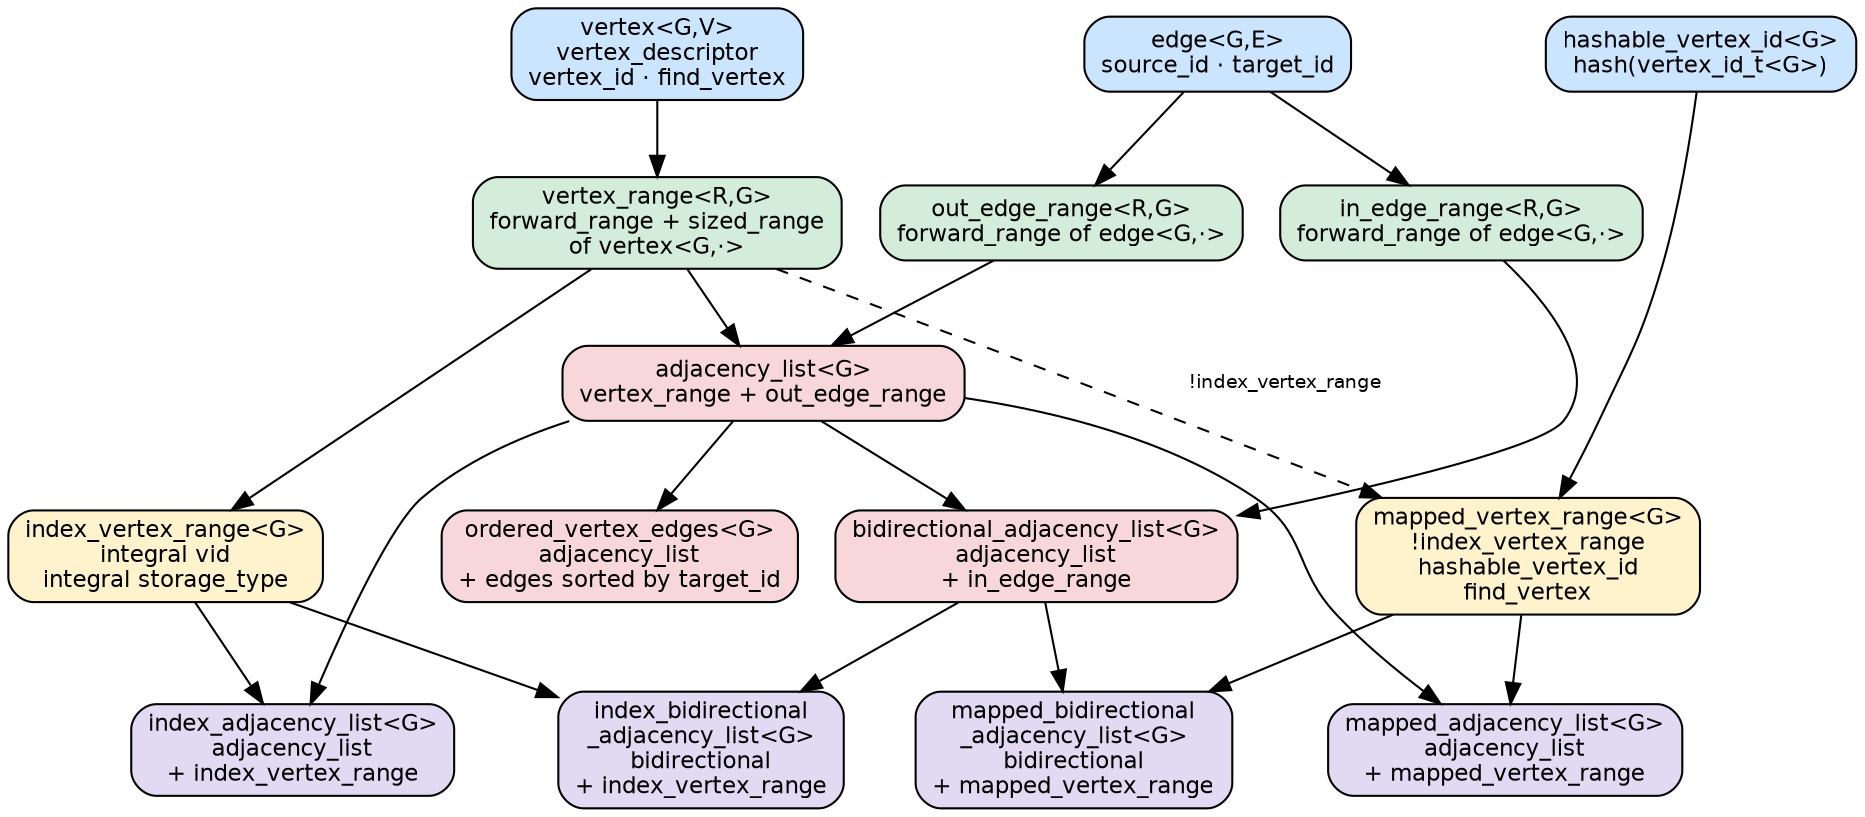
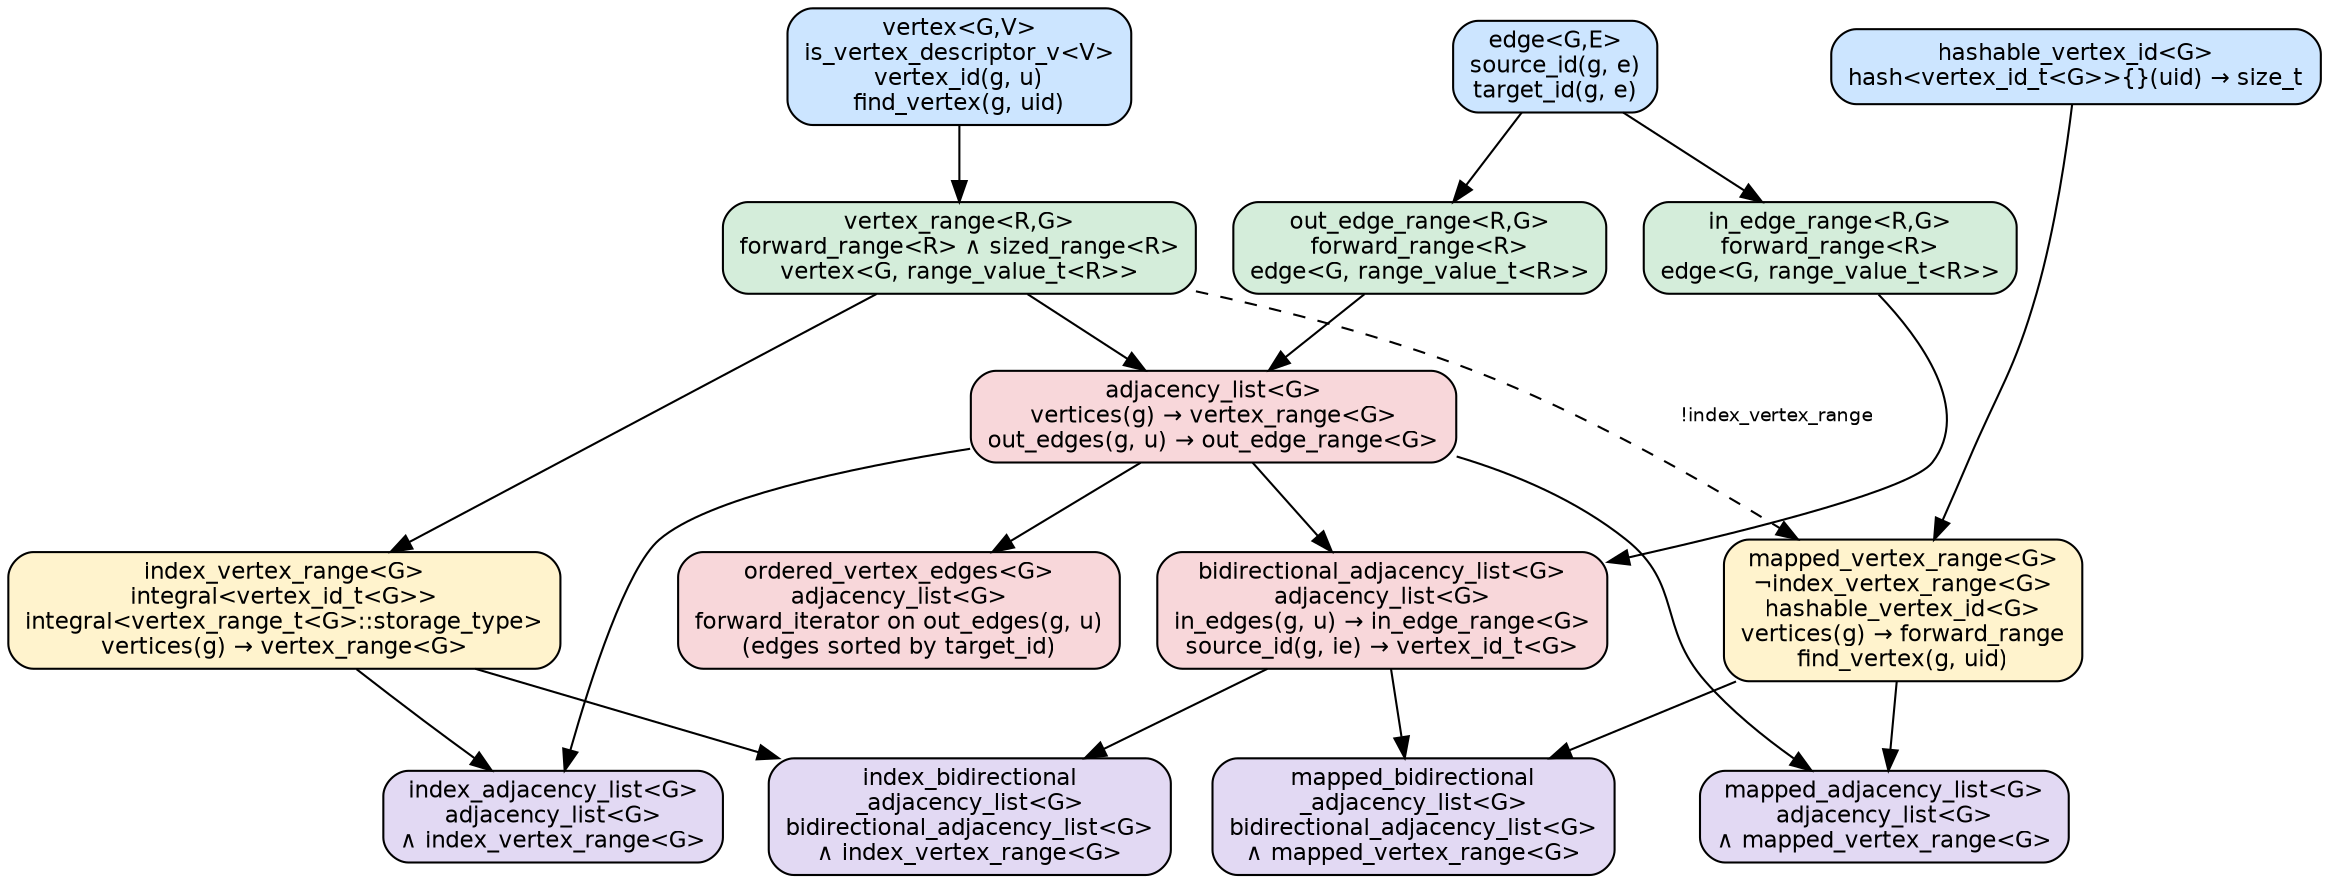
// Concept hierarchy for graph::adj_list
// Generate image: dot -Tsvg adjacency_list_concepts.dot -o adjacency_list_concepts.svg

digraph ConceptHierarchy {
    rankdir = TB
    node [shape=box, style="filled,rounded", fontname="Helvetica", fontsize=11]
    edge [fontname="Helvetica", fontsize=9]

    // ── Primitive concepts ────────────────────────────────────────────────────
    // Foundational — no prerequisites

    node [fillcolor="#cce5ff"]  // light blue

-     edge_c [label="edge<G,E>\nsource_id · target_id"]
-     vertex_c [label="vertex<G,V>\nvertex_descriptor\nvertex_id · find_vertex"]
-     hashable_vertex_id [label="hashable_vertex_id<G>\nhash(vertex_id_t<G>)"]
+     edge_c [label="edge<G,E>\nsource_id(g, e)\ntarget_id(g, e)"]
+     vertex_c [label="vertex<G,V>\nis_vertex_descriptor_v<V>\nvertex_id(g, u)\nfind_vertex(g, uid)"]
+     hashable_vertex_id [label="hashable_vertex_id<G>\nhash<vertex_id_t<G>>{}(uid) → size_t"]

    // ── Range concepts ────────────────────────────────────────────────────────
    // Built from primitives; parameterised on a range type R

    node [fillcolor="#d4edda"]  // light green

-     out_edge_range [label="out_edge_range<R,G>\nforward_range of edge<G,·>"]
-     in_edge_range  [label="in_edge_range<R,G>\nforward_range of edge<G,·>"]
-     vertex_range   [label="vertex_range<R,G>\nforward_range + sized_range\nof vertex<G,·>"]
+     out_edge_range [label="out_edge_range<R,G>\nforward_range<R>\nedge<G, range_value_t<R>>"]
+     in_edge_range  [label="in_edge_range<R,G>\nforward_range<R>\nedge<G, range_value_t<R>>"]
+     vertex_range   [label="vertex_range<R,G>\nforward_range<R> ∧ sized_range<R>\nvertex<G, range_value_t<R>>"]

    // ── Vertex range refinements ──────────────────────────────────────────────

    node [fillcolor="#fff3cd"]  // light yellow

-     index_vertex_range  [label="index_vertex_range<G>\nintegral vid\nintegral storage_type"]
-     mapped_vertex_range [label="mapped_vertex_range<G>\n!index_vertex_range\nhashable_vertex_id\nfind_vertex"]
+     index_vertex_range  [label="index_vertex_range<G>\nintegral<vertex_id_t<G>>\nintegral<vertex_range_t<G>::storage_type>\nvertices(g) → vertex_range<G>"]
+     mapped_vertex_range [label="mapped_vertex_range<G>\n¬index_vertex_range<G>\nhashable_vertex_id<G>\nvertices(g) → forward_range\nfind_vertex(g, uid)"]

    // ── Core graph concepts ───────────────────────────────────────────────────

    node [fillcolor="#f8d7da"]  // light red/salmon

-     adjacency_list          [label="adjacency_list<G>\nvertex_range + out_edge_range"]
-     ordered_vertex_edges    [label="ordered_vertex_edges<G>\nadjacency_list\n+ edges sorted by target_id"]
-     bidirectional_adjacency_list [label="bidirectional_adjacency_list<G>\nadjacency_list\n+ in_edge_range"]
+     adjacency_list          [label="adjacency_list<G>\nvertices(g) → vertex_range<G>\nout_edges(g, u) → out_edge_range<G>"]
+     ordered_vertex_edges    [label="ordered_vertex_edges<G>\nadjacency_list<G>\nforward_iterator on out_edges(g, u)\n(edges sorted by target_id)"]
+     bidirectional_adjacency_list [label="bidirectional_adjacency_list<G>\nadjacency_list<G>\nin_edges(g, u) → in_edge_range<G>\nsource_id(g, ie) → vertex_id_t<G>"]

    // ── Compound / specialised concepts ──────────────────────────────────────

    node [fillcolor="#e2d9f3"]  // light purple

-     index_adjacency_list            [label="index_adjacency_list<G>\nadjacency_list\n+ index_vertex_range"]
-     mapped_adjacency_list           [label="mapped_adjacency_list<G>\nadjacency_list\n+ mapped_vertex_range"]
-     index_bidirectional_adjacency_list [label="index_bidirectional\n_adjacency_list<G>\nbidirectional\n+ index_vertex_range"]
-     mapped_bidirectional_adjacency_list [label="mapped_bidirectional\n_adjacency_list<G>\nbidirectional\n+ mapped_vertex_range"]
+     index_adjacency_list            [label="index_adjacency_list<G>\nadjacency_list<G>\n∧ index_vertex_range<G>"]
+     mapped_adjacency_list           [label="mapped_adjacency_list<G>\nadjacency_list<G>\n∧ mapped_vertex_range<G>"]
+     index_bidirectional_adjacency_list [label="index_bidirectional\n_adjacency_list<G>\nbidirectional_adjacency_list<G>\n∧ index_vertex_range<G>"]
+     mapped_bidirectional_adjacency_list [label="mapped_bidirectional\n_adjacency_list<G>\nbidirectional_adjacency_list<G>\n∧ mapped_vertex_range<G>"]

    // ── Edges (arrows = "is required by" / "refines") ─────────────────────────

    // Primitives → ranges
    edge_c    -> out_edge_range
    edge_c    -> in_edge_range
    vertex_c  -> vertex_range

    // vertex_range → vertex range refinements
    vertex_range -> index_vertex_range
    vertex_range -> mapped_vertex_range [style=dashed, label="  !index_vertex_range"]
    hashable_vertex_id -> mapped_vertex_range

    // Ranges → adjacency_list
    out_edge_range -> adjacency_list
    vertex_range   -> adjacency_list

    // adjacency_list → refinements
    adjacency_list -> ordered_vertex_edges
    adjacency_list -> bidirectional_adjacency_list
    in_edge_range  -> bidirectional_adjacency_list

    // adjacency_list + vertex range kind → compound concepts
    adjacency_list     -> index_adjacency_list
    index_vertex_range -> index_adjacency_list

    adjacency_list     -> mapped_adjacency_list
    mapped_vertex_range -> mapped_adjacency_list

    bidirectional_adjacency_list -> index_bidirectional_adjacency_list
    index_vertex_range           -> index_bidirectional_adjacency_list

    bidirectional_adjacency_list -> mapped_bidirectional_adjacency_list
    mapped_vertex_range          -> mapped_bidirectional_adjacency_list

    // ── Rank hints for cleaner layout ─────────────────────────────────────────
    { rank=same; edge_c; vertex_c; hashable_vertex_id }
    { rank=same; out_edge_range; in_edge_range; vertex_range }
    { rank=same; index_vertex_range; mapped_vertex_range }
    { rank=same; adjacency_list }
    { rank=same; ordered_vertex_edges; bidirectional_adjacency_list }
    { rank=same; index_adjacency_list; mapped_adjacency_list;
                 index_bidirectional_adjacency_list; mapped_bidirectional_adjacency_list }
}
